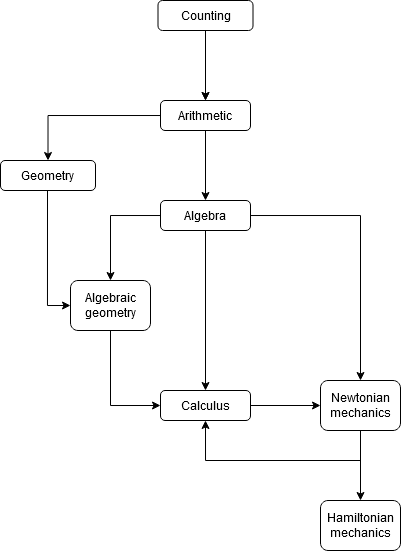
Earlier version of the draw.io export folder/Knowledge tech tree.png (MangledPotat0/knowledge_tech_tree). Source tidied: cells renumbered, new cells last; positions are measured from the earlier drawing's top-left corner, leaving out a move shared by most shapes.
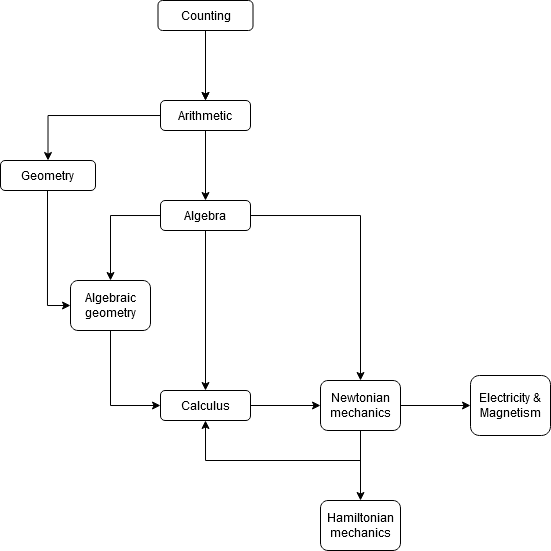
The same diagram one commit later.

The edit, as a diff of the source:
```diff
@@ -80,11 +80,17 @@
     <mxCell id="19" style="edgeStyle=orthogonalEdgeStyle;rounded=0;jettySize=auto;html=1;entryX=0.5;entryY=0;entryDx=0;entryDy=0;" parent="1" edge="1" source="20" target="21">
       <mxGeometry relative="1" as="geometry" />
     </mxCell>
+    <mxCell id="22" style="edgeStyle=orthogonalEdgeStyle;rounded=0;jettySize=auto;html=1;entryX=0;entryY=0.5;entryDx=0;entryDy=0;" parent="1" edge="1" source="20" target="23">
+      <mxGeometry relative="1" as="geometry" />
+    </mxCell>
     <mxCell id="20" value="Newtonian mechanics" style="rounded=1;whiteSpace=wrap;html=1;" parent="1" vertex="1">
       <mxGeometry x="320" y="380" width="80" height="50" as="geometry" />
     </mxCell>
     <mxCell id="21" value="Hamiltonian mechanics" style="rounded=1;whiteSpace=wrap;html=1;" parent="1" vertex="1">
       <mxGeometry x="320" y="500" width="80" height="50" as="geometry" />
     </mxCell>
+    <mxCell id="23" value="Electricity &amp;amp; Magnetism" style="rounded=1;whiteSpace=wrap;html=1;" parent="1" vertex="1">
+      <mxGeometry x="470" y="375" width="80" height="60" as="geometry" />
+    </mxCell>
   </root>
 </mxGraphModel>
```
